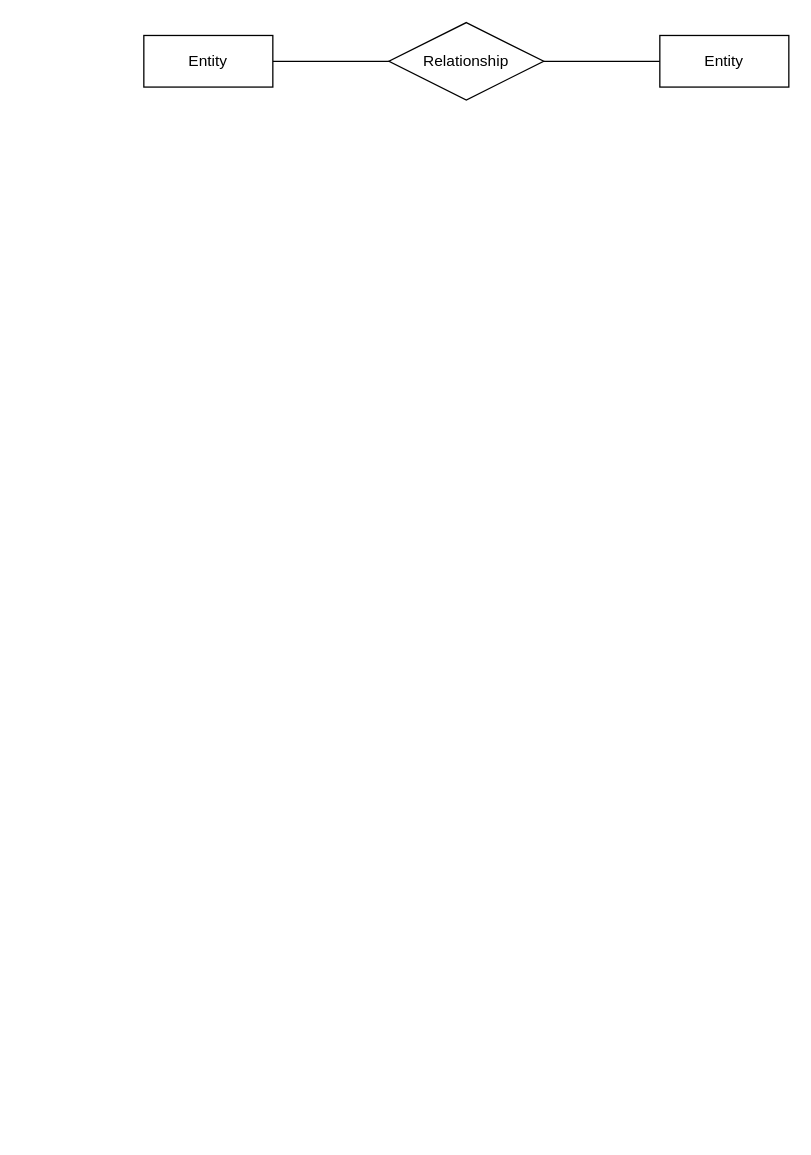
Before: page "conceitual" (1 of 2) of banco de dados/modelagem/spmedical-group.drawio in luizfelipeveracruz/projeto-SPMedical-group, a draw.io diagram. Source tidied: cells renumbered, new cells numbered last; positions are measured from the earlier drawing's top-left corner, leaving out a move shared by most shapes. Both pictures are drawn from the tidied source at 129%, with x=0, y=0 at pixel (143, 22).
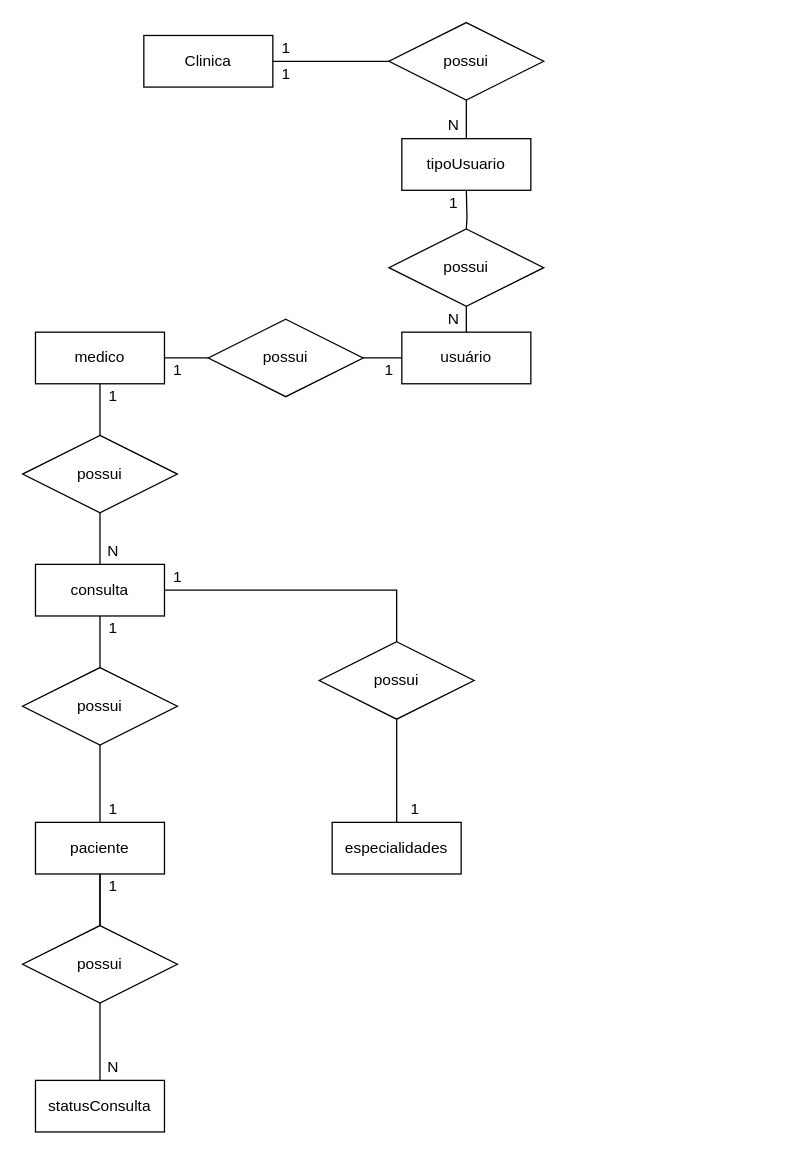
After the change.

Change to the diagram source:
```diff
@@
-    <mxCell id="3" value="Entity" style="whiteSpace=wrap;html=1;align=center;" parent="1" vertex="1">
+    <mxCell id="3" value="Clinica" style="whiteSpace=wrap;html=1;align=center;" parent="1" vertex="1">
       <mxGeometry y="10" width="100" height="40" as="geometry" />
     </mxCell>
-    <mxCell id="4" style="edgeStyle=orthogonalEdgeStyle;rounded=0;jettySize=auto;html=1;endArrow=none;endFill=0;" parent="1" edge="1" source="5" target="6">
-      <mxGeometry relative="1" as="geometry" />
+    <mxCell id="4" style="edgeStyle=orthogonalEdgeStyle;rounded=0;jettySize=auto;html=1;endArrow=none;endFill=0;" parent="1" edge="1" source="5">
+      <mxGeometry relative="1" as="geometry">
+        <mxPoint x="250" y="90" as="targetPoint" />
+      </mxGeometry>
     </mxCell>
-    <mxCell id="5" value="Relationship" style="shape=rhombus;perimeter=rhombusPerimeter;whiteSpace=wrap;html=1;align=center;" parent="1" vertex="1">
+    <mxCell id="5" value="possui" style="shape=rhombus;perimeter=rhombusPerimeter;whiteSpace=wrap;html=1;align=center;" parent="1" vertex="1">
       <mxGeometry x="190" width="120" height="60" as="geometry" />
     </mxCell>
-    <mxCell id="6" value="Entity" style="whiteSpace=wrap;html=1;align=center;" parent="1" vertex="1">
-      <mxGeometry x="400" y="10" width="100" height="40" as="geometry" />
-    </mxCell>
+    <mxCell id="7" style="edgeStyle=orthogonalEdgeStyle;rounded=0;jettySize=auto;html=1;endArrow=none;endFill=0;" parent="1" edge="1" target="9">
+      <mxGeometry relative="1" as="geometry">
+        <mxPoint x="250" y="130" as="sourcePoint" />
+      </mxGeometry>
+    </mxCell>
+    <mxCell id="8" style="edgeStyle=orthogonalEdgeStyle;rounded=0;jettySize=auto;html=1;endArrow=none;endFill=0;" parent="1" edge="1" source="9" target="25">
+      <mxGeometry relative="1" as="geometry" />
+    </mxCell>
+    <mxCell id="9" value="possui" style="shape=rhombus;perimeter=rhombusPerimeter;whiteSpace=wrap;html=1;align=center;" parent="1" vertex="1">
+      <mxGeometry x="190" y="160" width="120" height="60" as="geometry" />
+    </mxCell>
+    <mxCell id="10" value="consulta" style="whiteSpace=wrap;html=1;align=center;" parent="1" vertex="1">
+      <mxGeometry x="-84" y="420" width="100" height="40" as="geometry" />
+    </mxCell>
+    <mxCell id="11" style="edgeStyle=orthogonalEdgeStyle;rounded=0;jettySize=auto;html=1;endArrow=none;endFill=0;" parent="1" edge="1" source="12" target="25">
+      <mxGeometry relative="1" as="geometry" />
+    </mxCell>
+    <mxCell id="12" value="possui" style="shape=rhombus;perimeter=rhombusPerimeter;whiteSpace=wrap;html=1;align=center;" parent="1" vertex="1">
+      <mxGeometry x="50" y="230" width="120" height="60" as="geometry" />
+    </mxCell>
+    <mxCell id="13" style="edgeStyle=orthogonalEdgeStyle;rounded=0;jettySize=auto;html=1;endArrow=none;endFill=0;" parent="1" edge="1" source="10" target="19">
+      <mxGeometry relative="1" as="geometry" />
+    </mxCell>
+    <mxCell id="14" style="edgeStyle=orthogonalEdgeStyle;rounded=0;jettySize=auto;html=1;endArrow=none;endFill=0;" parent="1" edge="1" source="15" target="45">
+      <mxGeometry relative="1" as="geometry" />
+    </mxCell>
+    <mxCell id="15" value="paciente" style="whiteSpace=wrap;html=1;align=center;" parent="1" vertex="1">
+      <mxGeometry x="-84" y="620" width="100" height="40" as="geometry" />
+    </mxCell>
+    <mxCell id="16" style="edgeStyle=orthogonalEdgeStyle;rounded=0;jettySize=auto;html=1;endArrow=none;endFill=0;" parent="1" edge="1" source="18" target="10">
+      <mxGeometry relative="1" as="geometry" />
+    </mxCell>
+    <mxCell id="17" style="edgeStyle=orthogonalEdgeStyle;rounded=0;jettySize=auto;html=1;endArrow=none;endFill=0;" parent="1" edge="1" source="18" target="15">
+      <mxGeometry relative="1" as="geometry" />
+    </mxCell>
+    <mxCell id="18" value="possui" style="shape=rhombus;perimeter=rhombusPerimeter;whiteSpace=wrap;html=1;align=center;" parent="1" vertex="1">
+      <mxGeometry x="-94" y="500" width="120" height="60" as="geometry" />
+    </mxCell>
+    <mxCell id="19" value="possui" style="shape=rhombus;perimeter=rhombusPerimeter;whiteSpace=wrap;html=1;align=center;" parent="1" vertex="1">
+      <mxGeometry x="136" y="480" width="120" height="60" as="geometry" />
+    </mxCell>
+    <mxCell id="20" style="edgeStyle=orthogonalEdgeStyle;rounded=0;jettySize=auto;html=1;endArrow=none;endFill=0;" parent="1" edge="1" source="21" target="19">
+      <mxGeometry relative="1" as="geometry" />
+    </mxCell>
+    <mxCell id="21" value="especialidades" style="whiteSpace=wrap;html=1;align=center;" parent="1" vertex="1">
+      <mxGeometry x="146" y="620" width="100" height="40" as="geometry" />
+    </mxCell>
+    <mxCell id="22" value="1" style="text;html=1;align=center;verticalAlign=middle;strokeColor=none;" parent="1" vertex="1">
+      <mxGeometry x="100" y="10" width="20" height="20" as="geometry" />
+    </mxCell>
+    <mxCell id="23" value="1" style="text;html=1;align=center;verticalAlign=middle;strokeColor=none;" parent="1" vertex="1">
+      <mxGeometry x="100" y="30" width="20" height="20" as="geometry" />
+    </mxCell>
+    <mxCell id="24" value="tipoUsuario" style="whiteSpace=wrap;html=1;align=center;" parent="1" vertex="1">
+      <mxGeometry x="200" y="90" width="100" height="40" as="geometry" />
+    </mxCell>
+    <mxCell id="25" value="usuário" style="whiteSpace=wrap;html=1;align=center;" parent="1" vertex="1">
+      <mxGeometry x="200" y="240" width="100" height="40" as="geometry" />
+    </mxCell>
+    <mxCell id="26" style="edgeStyle=orthogonalEdgeStyle;rounded=0;jettySize=auto;html=1;exitX=1;exitY=0.5;exitDx=0;exitDy=0;endArrow=none;endFill=0;" parent="1" edge="1" source="28" target="12">
+      <mxGeometry relative="1" as="geometry" />
+    </mxCell>
+    <mxCell id="27" style="edgeStyle=orthogonalEdgeStyle;rounded=0;jettySize=auto;html=1;endArrow=none;endFill=0;" parent="1" edge="1" source="28" target="30">
+      <mxGeometry relative="1" as="geometry" />
+    </mxCell>
+    <mxCell id="28" value="medico" style="whiteSpace=wrap;html=1;align=center;" parent="1" vertex="1">
+      <mxGeometry x="-84" y="240" width="100" height="40" as="geometry" />
+    </mxCell>
+    <mxCell id="29" style="edgeStyle=orthogonalEdgeStyle;rounded=0;jettySize=auto;html=1;endArrow=none;endFill=0;" parent="1" edge="1" source="30" target="10">
+      <mxGeometry relative="1" as="geometry" />
+    </mxCell>
+    <mxCell id="30" value="possui" style="shape=rhombus;perimeter=rhombusPerimeter;whiteSpace=wrap;html=1;align=center;" parent="1" vertex="1">
+      <mxGeometry x="-94" y="320" width="120" height="60" as="geometry" />
+    </mxCell>
+    <mxCell id="31" value="N" style="text;html=1;align=center;verticalAlign=middle;strokeColor=none;" parent="1" vertex="1">
+      <mxGeometry x="230" y="70" width="20" height="20" as="geometry" />
+    </mxCell>
+    <mxCell id="32" value="1" style="text;html=1;align=center;verticalAlign=middle;strokeColor=none;" parent="1" vertex="1">
+      <mxGeometry x="230" y="130" width="20" height="20" as="geometry" />
+    </mxCell>
+    <mxCell id="33" value="N" style="text;html=1;align=center;verticalAlign=middle;strokeColor=none;" parent="1" vertex="1">
+      <mxGeometry x="229.5" y="220" width="20" height="20" as="geometry" />
+    </mxCell>
+    <mxCell id="34" value="1" style="text;html=1;align=center;verticalAlign=middle;strokeColor=none;" parent="1" vertex="1">
+      <mxGeometry x="180" y="260" width="20" height="20" as="geometry" />
+    </mxCell>
+    <mxCell id="35" value="1" style="text;html=1;align=center;verticalAlign=middle;strokeColor=none;" parent="1" vertex="1">
+      <mxGeometry x="16" y="260" width="20" height="20" as="geometry" />
+    </mxCell>
+    <mxCell id="36" value="1" style="text;html=1;align=center;verticalAlign=middle;strokeColor=none;" parent="1" vertex="1">
+      <mxGeometry x="-34" y="280" width="20" height="20" as="geometry" />
+    </mxCell>
+    <mxCell id="37" value="N" style="text;html=1;align=center;verticalAlign=middle;strokeColor=none;" parent="1" vertex="1">
+      <mxGeometry x="-34" y="400" width="20" height="20" as="geometry" />
+    </mxCell>
+    <mxCell id="38" value="1" style="text;html=1;align=center;verticalAlign=middle;strokeColor=none;" parent="1" vertex="1">
+      <mxGeometry x="-34" y="460" width="20" height="20" as="geometry" />
+    </mxCell>
+    <mxCell id="39" value="1" style="text;html=1;align=center;verticalAlign=middle;strokeColor=none;" parent="1" vertex="1">
+      <mxGeometry x="-34" y="600" width="20" height="20" as="geometry" />
+    </mxCell>
+    <mxCell id="40" value="1" style="text;html=1;align=center;verticalAlign=middle;strokeColor=none;" parent="1" vertex="1">
+      <mxGeometry x="16" y="420" width="20" height="20" as="geometry" />
+    </mxCell>
+    <mxCell id="41" value="1" style="text;html=1;align=center;verticalAlign=middle;strokeColor=none;" parent="1" vertex="1">
+      <mxGeometry x="200" y="600" width="20" height="20" as="geometry" />
+    </mxCell>
+    <mxCell id="42" style="edgeStyle=orthogonalEdgeStyle;rounded=0;jettySize=auto;html=1;endArrow=none;endFill=0;" parent="1" edge="1" source="43" target="45">
+      <mxGeometry relative="1" as="geometry" />
+    </mxCell>
+    <mxCell id="43" value="statusConsulta" style="whiteSpace=wrap;html=1;align=center;" parent="1" vertex="1">
+      <mxGeometry x="-84" y="820" width="100" height="40" as="geometry" />
+    </mxCell>
+    <mxCell id="44" style="edgeStyle=orthogonalEdgeStyle;rounded=0;jettySize=auto;html=1;endArrow=none;endFill=0;" parent="1" edge="1" source="45" target="15">
+      <mxGeometry relative="1" as="geometry" />
+    </mxCell>
+    <mxCell id="45" value="possui" style="shape=rhombus;perimeter=rhombusPerimeter;whiteSpace=wrap;html=1;align=center;" parent="1" vertex="1">
+      <mxGeometry x="-94" y="700" width="120" height="60" as="geometry" />
+    </mxCell>
+    <mxCell id="46" value="1" style="text;html=1;align=center;verticalAlign=middle;strokeColor=none;" parent="1" vertex="1">
+      <mxGeometry x="-34" y="660" width="20" height="20" as="geometry" />
+    </mxCell>
+    <mxCell id="47" value="N" style="text;html=1;align=center;verticalAlign=middle;strokeColor=none;" parent="1" vertex="1">
+      <mxGeometry x="-34" y="800" width="20" height="20" as="geometry" />
+    </mxCell>
```
